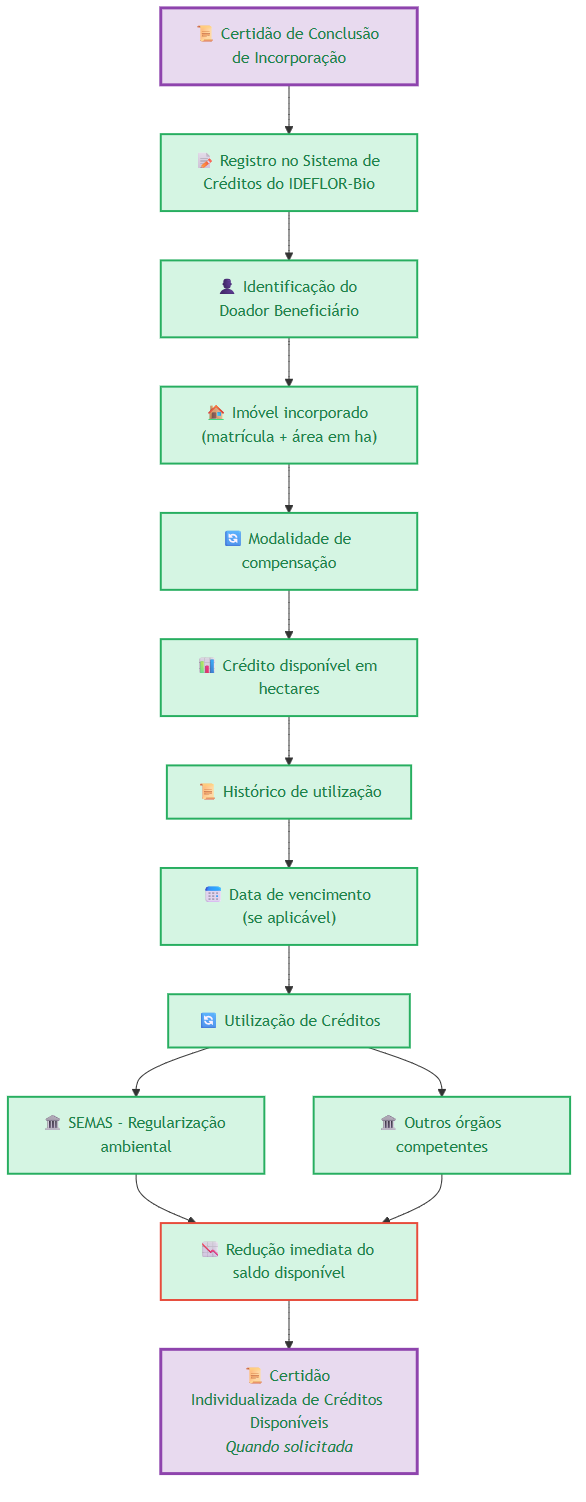
This is docs/03-fluxos/imagens/09-creditos.png from NGEO-IDEFLOR-Bio/certFundiaria-uces-pa, a Mermaid export, as it was before one commit. Its source is kept beside it as docs/03-fluxos/imagens/09-creditos.mmd.
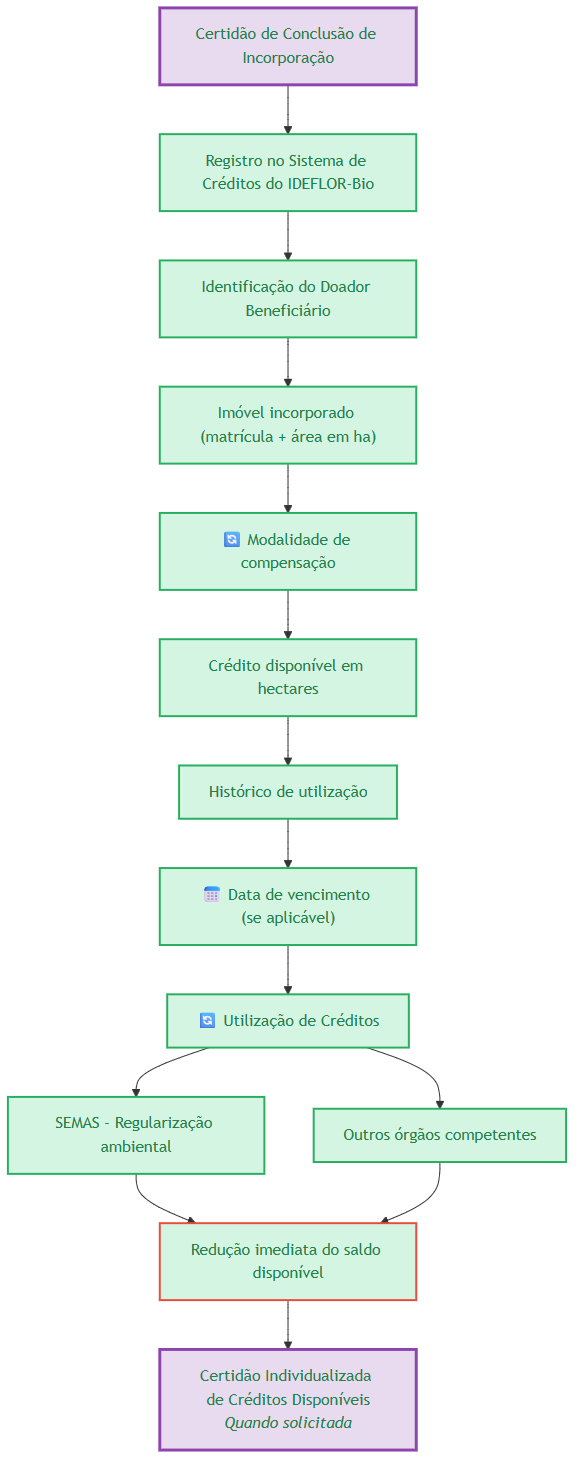
The same file after the commit.

Change to the diagram source:
```diff
@@ -3,25 +3,25 @@
     classDef documento fill:#E8DAEF,stroke:#8E44AD,stroke-width:2px,color:#1E8449
     classDef entrada fill:#FFFFFF,stroke:#2C3E50,stroke-width:2px,color:#2C3E50
 
-    CCI["📜 Certidão de Conclusão de Incorporação"]:::documento
-    --> REG["📝 Registro no Sistema de Créditos do IDEFLOR-Bio"]:::ideflor
+    CCI["Certidão de Conclusão de Incorporação"]:::documento
+    --> REG["Registro no Sistema de Créditos do IDEFLOR-Bio"]:::ideflor
 
-    REG --> D1["👤 Identificação do Doador Beneficiário"]:::ideflor
-    D1 --> D2["🏠 Imóvel incorporado (matrícula + área em ha)"]:::ideflor
+    REG --> D1["Identificação do Doador Beneficiário"]:::ideflor
+    D1 --> D2["Imóvel incorporado (matrícula + área em ha)"]:::ideflor
     D2 --> D3["🔄 Modalidade de compensação"]:::ideflor
-    D3 --> D4["📊 Crédito disponível em hectares"]:::ideflor
-    D4 --> D5["📜 Histórico de utilização"]:::ideflor
+    D3 --> D4["Crédito disponível em hectares"]:::ideflor
+    D4 --> D5["Histórico de utilização"]:::ideflor
     D5 --> D6["📅 Data de vencimento (se aplicável)"]:::ideflor
 
     D6 --> UTIL["🔄 Utilização de Créditos"]:::ideflor
 
-    UTIL --> U1["🏛️ SEMAS - Regularização ambiental"]:::ideflor
-    UTIL --> U3["🏛️ Outros órgãos competentes"]:::ideflor
+    UTIL --> U1["SEMAS - Regularização ambiental"]:::ideflor
+    UTIL --> U3["Outros órgãos competentes"]:::ideflor
 
-    U1 --> RED["📉 Redução imediata do saldo disponível"]:::ideflor
+    U1 --> RED["Redução imediata do saldo disponível"]:::ideflor
     U3 --> RED
 
-    RED --> CERT["📜 Certidão Individualizada de Créditos Disponíveis<br/><i>Quando solicitada</i>"]:::documento
+    RED --> CERT["Certidão Individualizada de Créditos Disponíveis<br/><i>Quando solicitada</i>"]:::documento
 
     style CCI stroke-width:3px
     style RED stroke:#E74C3C,stroke-width:2px
```
